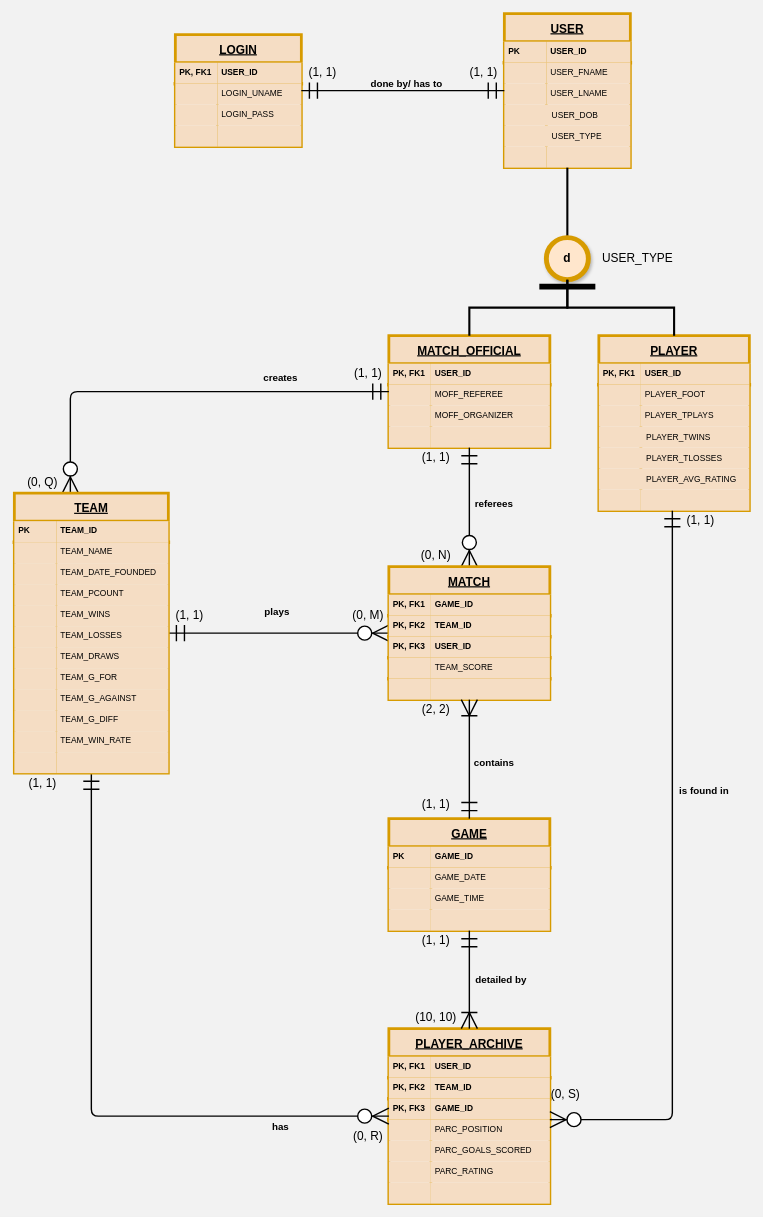
Before: ASM ERD -  Final Draft.drawio in moose918/ASM, a draw.io diagram. Source tidied: cells renumbered, new cells numbered last; positions are measured from the earlier drawing's top-left corner, leaving out a move shared by most shapes. Both pictures are drawn from the tidied source at 70%, with x=0, y=0 at pixel (14, 13).
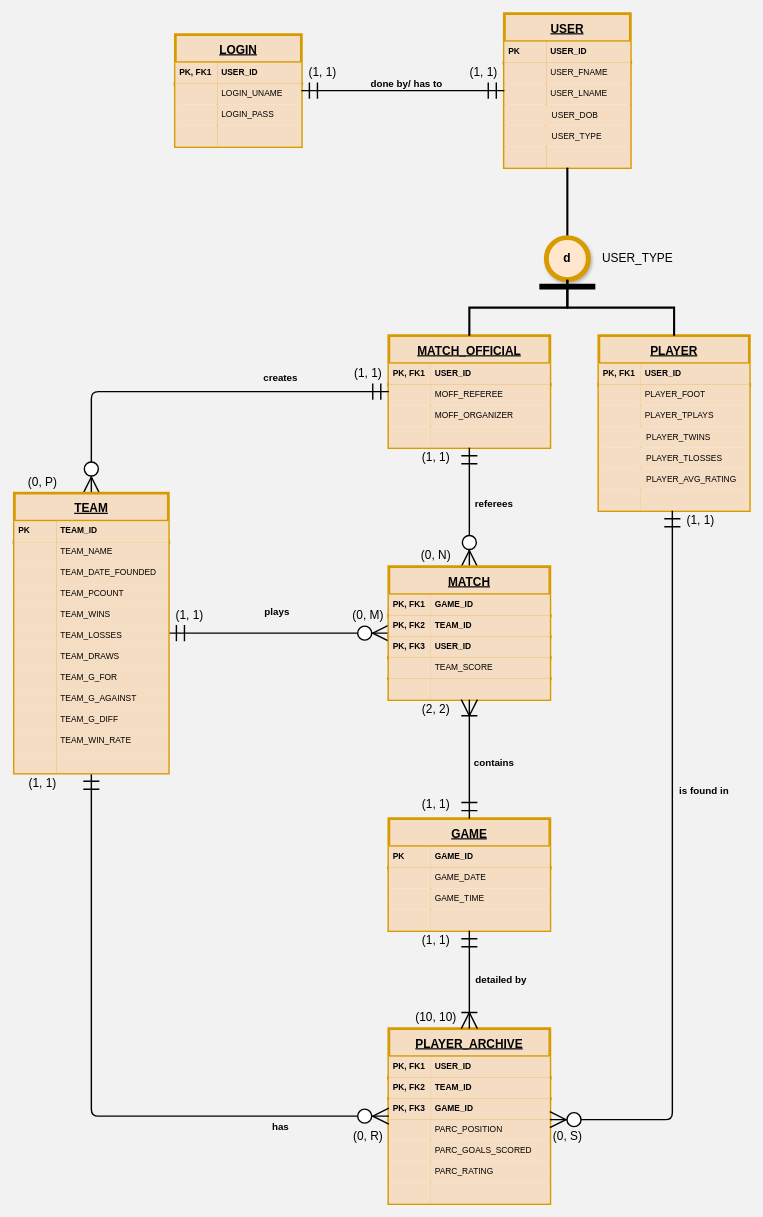
Above is the later version.

The change refers to these unchanged cells:
```xml
<mxCell id="34" value="MATCH_OFFICIAL" style="shape=table;childLayout=tableLayout;rowLines=0;align=center;fontSize=17;fillColor=#F5DDC4;strokeColor=#d79b00;verticalAlign=middle;spacingLeft=4;spacingRight=4;fontStyle=5;strokeWidth=4;startSize=40;shadow=0;" parent="1" vertex="1">
  <mxGeometry x="535" y="460" width="230" height="160" as="geometry" />
</mxCell>
<mxCell id="153" style="group;" parent="1" vertex="1">
  <mxGeometry y="510" width="475" height="1100" as="geometry" />
</mxCell>
<mxCell id="156" value="TEAM" style="shape=table;childLayout=tableLayout;rowLines=0;align=center;fontSize=17;fillColor=#F5DDC4;strokeColor=#d79b00;verticalAlign=middle;spacingLeft=4;spacingRight=4;fontStyle=5;strokeWidth=4;startSize=40;shadow=0;" parent="153" vertex="1">
  <mxGeometry y="175" width="220" height="400" as="geometry" />
</mxCell>
```

Diff of the diagram source:
```diff
@@
     <mxCell id="79" style="fontSize=12;html=1;endArrow=ERmandOne;startArrow=ERzeroToMany;startSize=20;endSize=20;strokeWidth=2;startFill=1;endFill=0;edgeStyle=orthogonalEdgeStyle;" parent="1" edge="1" source="156" target="34">
       <mxGeometry as="geometry">
         <Array as="points">
-          <mxPoint x="80" y="540" />
+          <mxPoint x="110" y="540" />
         </Array>
       </mxGeometry>
     </mxCell>
@@
     <mxCell id="131" value="(0, S)" style="text;html=1;align=center;verticalAlign=middle;strokeColor=none;fontSize=17;" parent="1" vertex="1">
-      <mxGeometry x="757" y="1530" width="60" height="30" as="geometry" />
+      <mxGeometry x="760" y="1590" width="60" height="30" as="geometry" />
     </mxCell>
@@
-    <mxCell id="154" value="(0, Q)" style="text;html=1;align=center;verticalAlign=middle;strokeColor=none;fontSize=17;" parent="153" vertex="1">
+    <mxCell id="154" value="(0, P)" style="text;html=1;align=center;verticalAlign=middle;strokeColor=none;fontSize=17;" parent="153" vertex="1">
       <mxGeometry x="10" y="145" width="60" height="30" as="geometry" />
     </mxCell>
```
